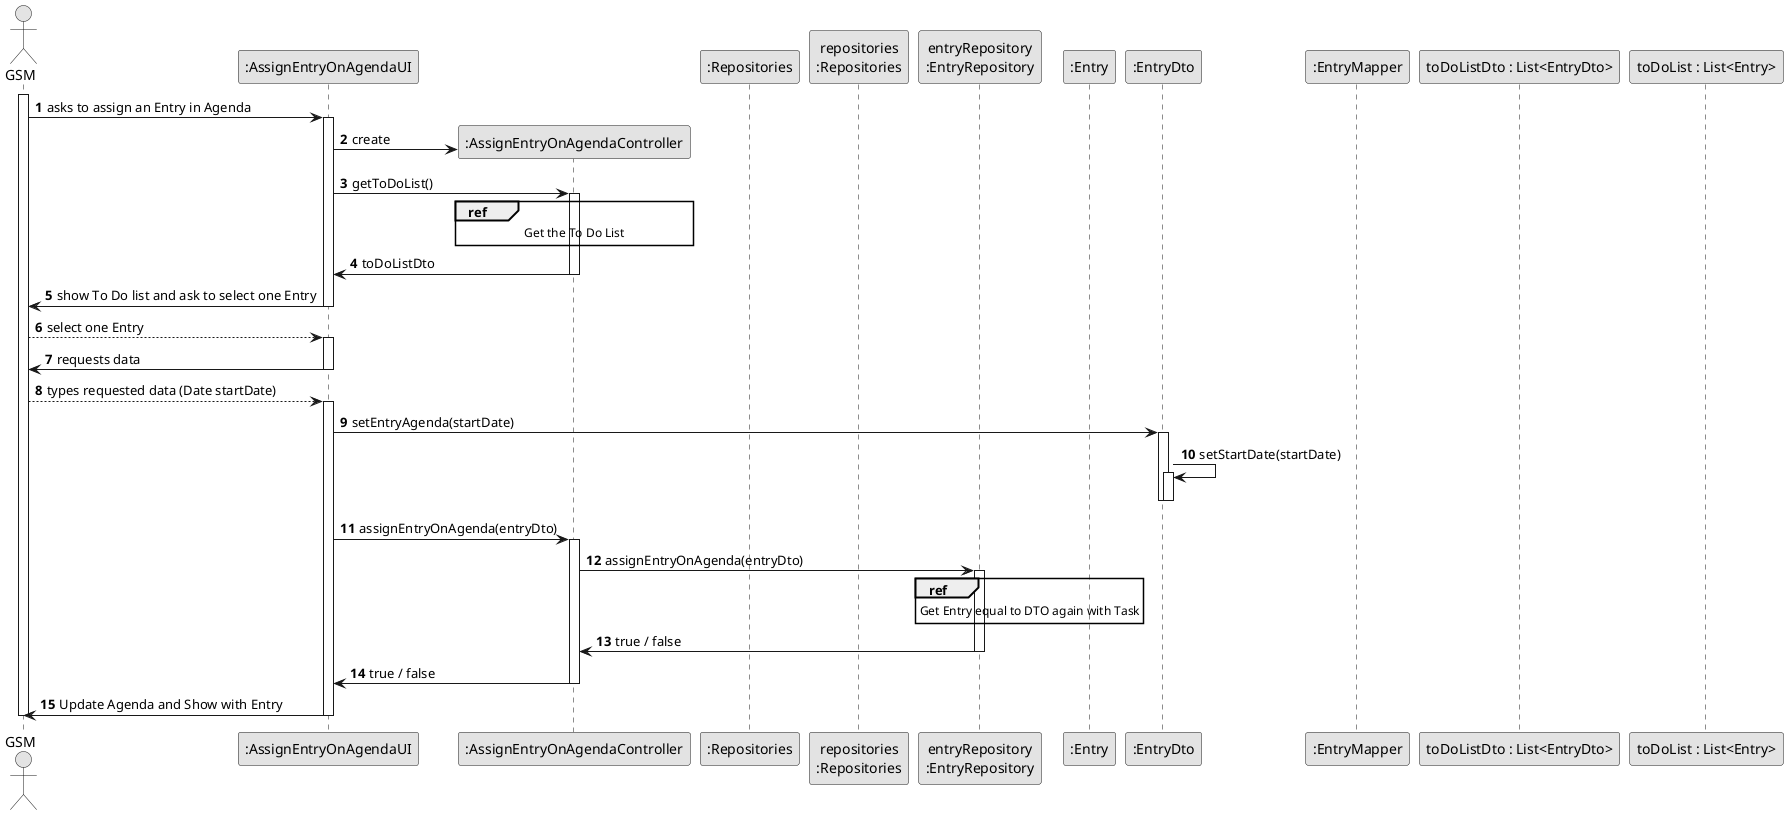
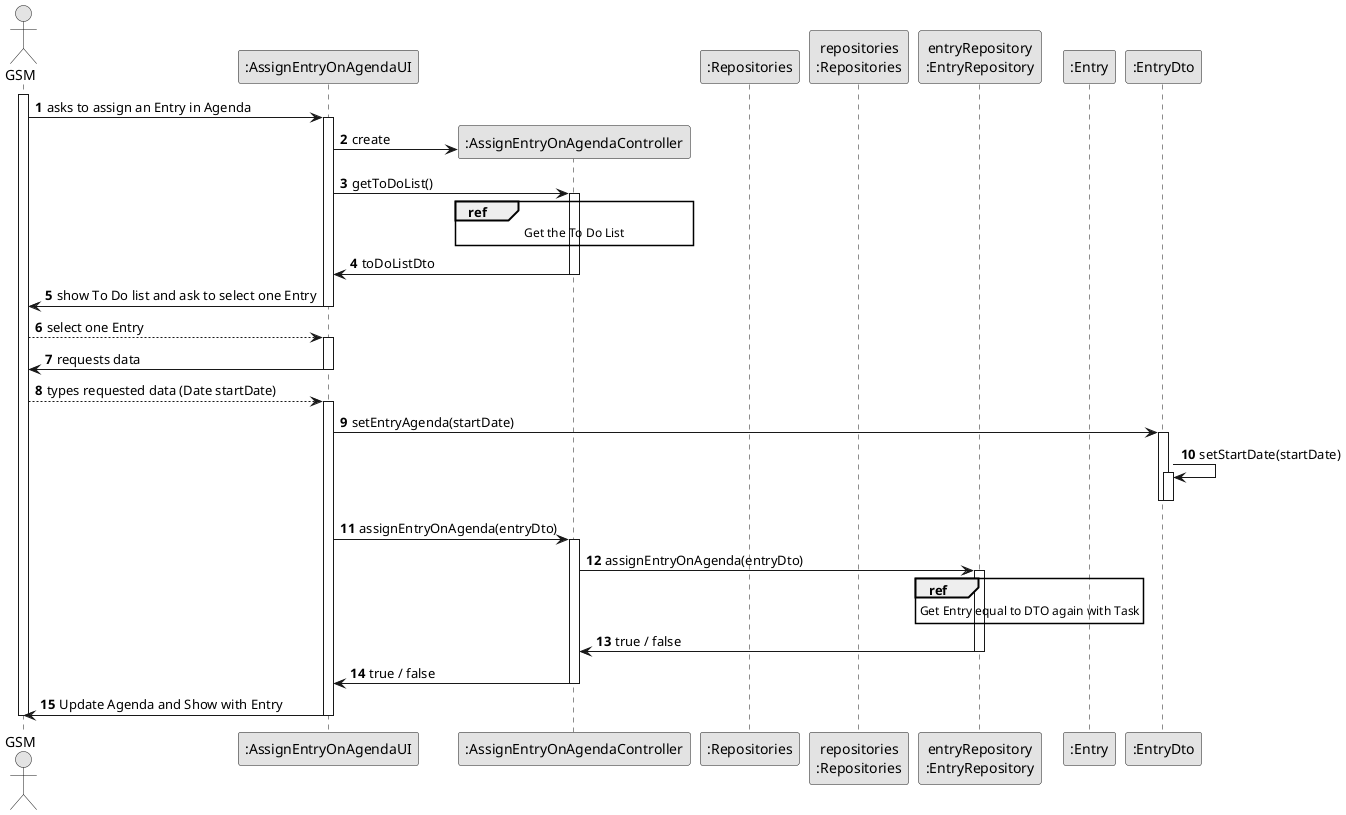
@startuml
skinparam monochrome true
skinparam packageStyle rectangle
skinparam shadowing false

autonumber

'hide footbox
actor "GSM" as GSM
participant ":AssignEntryOnAgendaUI" as UI
participant ":AssignEntryOnAgendaController" as CTRL
participant ":Repositories" as RepositorySingleton
participant "repositories\n:Repositories" as PLAT
participant "entryRepository\n:EntryRepository" as EntryRepository
participant ":Entry" as OBJ
participant ":EntryDto" as DTO
- participant ":EntryMapper" as MAPPER
- participant "toDoListDto : List<EntryDto>" as ListDTO
- participant "toDoList : List<Entry>" as List
+ 


activate GSM

        GSM -> UI : asks to assign an Entry in Agenda

        activate UI

'            UI --> GSM : requests data (reference, description,  informal \n description, technical description, duration, cost)
            'create CTRL
            UI -> CTRL** : create

            UI -> CTRL : getToDoList()
            activate CTRL

            ref over CTRL : Get the To Do List


            CTRL -> UI : toDoListDto
            deactivate CTRL

            UI -> GSM : show To Do list and ask to select one Entry
            deactivate UI

            GSM --> UI : select one Entry
            activate UI

            UI -> GSM : requests data
            deactivate UI

            GSM --> UI : types requested data (Date startDate)
            activate UI

            UI -> DTO : setEntryAgenda(startDate)
            activate DTO
            DTO -> DTO : setStartDate(startDate)
            activate DTO
            deactivate DTO

            deactivate DTO


            UI -> CTRL : assignEntryOnAgenda(entryDto)
            activate CTRL

            CTRL -> EntryRepository : assignEntryOnAgenda(entryDto)
            activate EntryRepository

            ref over EntryRepository: Get Entry equal to DTO again with Task



            EntryRepository -> CTRL : true / false
            deactivate EntryRepository

            CTRL -> UI : true / false
            deactivate CTRL

    UI -> GSM : Update Agenda and Show with Entry
    deactivate UI

deactivate GSM

@enduml